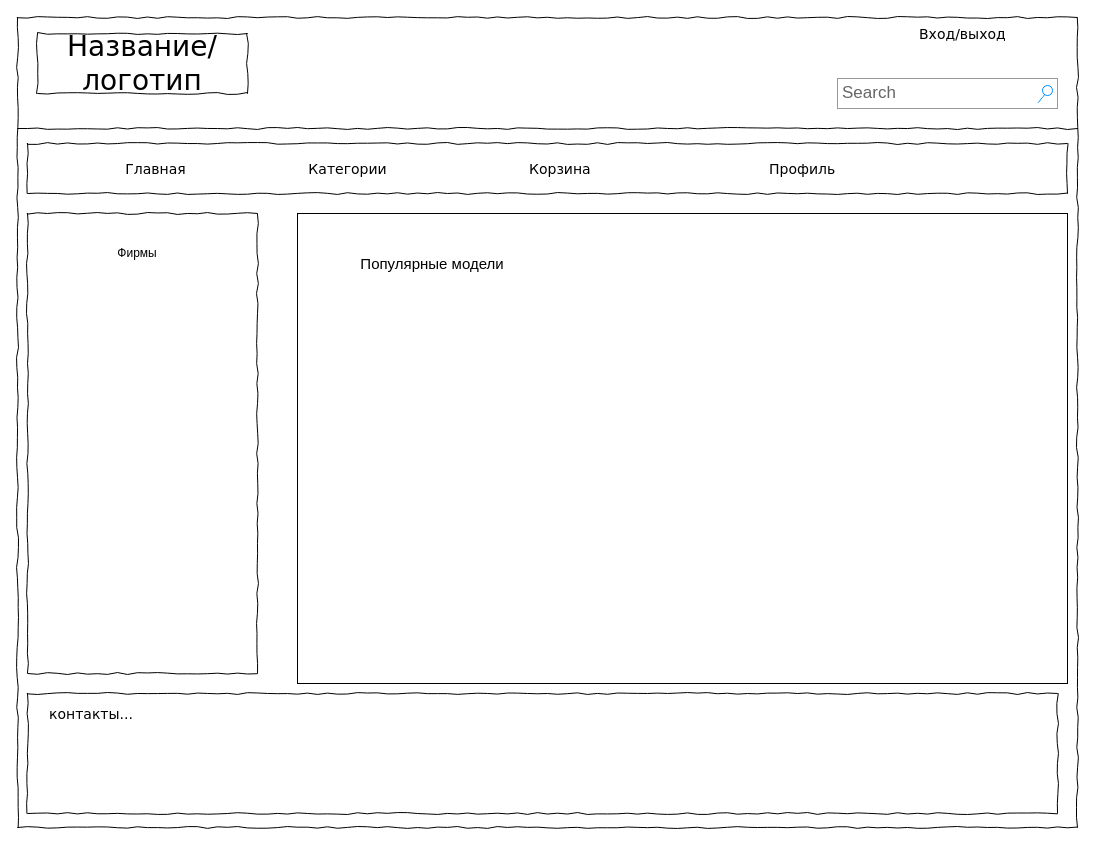
This is online_store.drawio from VZon9/online_store, a draw.io file, before an edit. Source tidied: cells renumbered, new cells numbered last; positions are measured from the earlier drawing's top-left corner, leaving out a move shared by most shapes. Both pictures are drawn from the tidied source at 100%, with x=0, y=0 at pixel (17, 17).
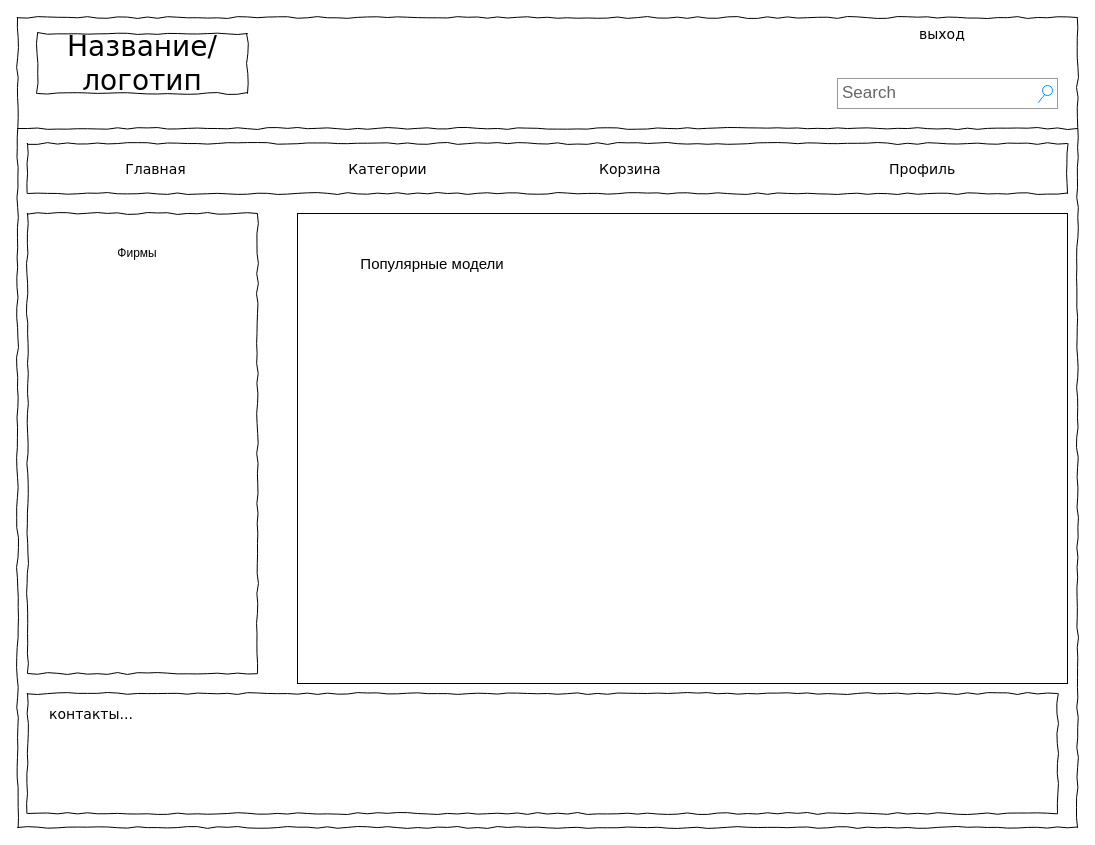
After the change.

What changed in the source:
```diff
@@
 <mxGraphModel background="#ffffff">
   <root>
     <mxCell id="0" />
     <mxCell id="1" parent="0" />
     <mxCell id="2" style="whiteSpace=wrap;html=1;rounded=0;shadow=0;labelBackgroundColor=none;strokeColor=#000000;strokeWidth=1;fillColor=none;fontFamily=Verdana;fontSize=12;fontColor=#000000;align=center;comic=1;" parent="1" vertex="1">
       <mxGeometry width="1060" height="810" as="geometry" />
     </mxCell>
     <mxCell id="3" value="Название/логотип" style="whiteSpace=wrap;html=1;rounded=0;shadow=0;labelBackgroundColor=none;strokeWidth=1;fontFamily=Verdana;fontSize=28;align=center;comic=1;" parent="1" vertex="1">
       <mxGeometry x="20" y="16" width="210" height="60" as="geometry" />
     </mxCell>
     <mxCell id="4" value="Search" style="strokeWidth=1;shadow=0;dashed=0;align=center;html=1;shape=mxgraph.mockup.forms.searchBox;strokeColor=#999999;mainText=;strokeColor2=#008cff;fontColor=#666666;fontSize=17;align=left;spacingLeft=3;rounded=0;labelBackgroundColor=none;comic=1;" parent="1" vertex="1">
       <mxGeometry x="820" y="61" width="220" height="30" as="geometry" />
     </mxCell>
-    <mxCell id="5" value="Вход/выход" style="text;html=1;align=left;verticalAlign=top;spacingTop=-4;fontSize=14;fontFamily=Verdana;" parent="1" vertex="1">
+    <mxCell id="5" value="выход" style="text;html=1;align=left;verticalAlign=top;spacingTop=-4;fontSize=14;fontFamily=Verdana;" parent="1" vertex="1">
       <mxGeometry x="900" y="6" width="140" height="20" as="geometry" />
     </mxCell>
     <mxCell id="6" style="whiteSpace=wrap;html=1;rounded=0;shadow=0;labelBackgroundColor=none;strokeWidth=1;fillColor=none;fontFamily=Verdana;fontSize=12;align=center;comic=1;" parent="1" vertex="1">
       <mxGeometry x="10" y="196" width="230" height="460" as="geometry" />
     </mxCell>
     <mxCell id="7" style="line;strokeWidth=1;html=1;rounded=0;shadow=0;labelBackgroundColor=none;fillColor=none;fontFamily=Verdana;fontSize=14;fontColor=#000000;align=center;comic=1;" parent="1" vertex="1">
       <mxGeometry y="106" width="1060" height="10" as="geometry" />
     </mxCell>
     <mxCell id="8" style="whiteSpace=wrap;html=1;rounded=0;shadow=0;labelBackgroundColor=none;strokeWidth=1;fillColor=none;fontFamily=Verdana;fontSize=12;align=center;comic=1;" parent="1" vertex="1">
       <mxGeometry x="10" y="126" width="1040" height="50" as="geometry" />
     </mxCell>
     <mxCell id="9" value="Главная" style="text;html=1;align=center;verticalAlign=top;spacingTop=-4;fontSize=14;fontFamily=Verdana;" parent="1" vertex="1">
       <mxGeometry x="75" y="141" width="125" height="20" as="geometry" />
     </mxCell>
     <mxCell id="10" value="Категории" style="text;html=1;align=center;verticalAlign=top;spacingTop=-4;fontSize=14;fontFamily=Verdana;" parent="1" vertex="1">
-      <mxGeometry x="250" y="141" width="160" height="20" as="geometry" />
+      <mxGeometry x="290" y="141" width="160" height="20" as="geometry" />
     </mxCell>
     <mxCell id="11" value="Корзина" style="text;html=1;align=left;verticalAlign=top;spacingTop=-4;fontSize=14;fontFamily=Verdana;" parent="1" vertex="1">
-      <mxGeometry x="510" y="141" width="63" height="20" as="geometry" />
+      <mxGeometry x="580" y="141" width="63" height="20" as="geometry" />
     </mxCell>
     <mxCell id="12" value="Профиль" style="text;html=1;align=left;verticalAlign=top;spacingTop=-4;fontSize=14;fontFamily=Verdana;" parent="1" vertex="1">
-      <mxGeometry x="750" y="141" width="60" height="20" as="geometry" />
+      <mxGeometry x="870" y="141" width="60" height="20" as="geometry" />
     </mxCell>
     <mxCell id="13" value="&lt;div style=&quot;text-align: justify&quot;&gt;&lt;br&gt;&lt;/div&gt;" style="whiteSpace=wrap;html=1;rounded=0;shadow=0;labelBackgroundColor=none;strokeWidth=1;fillColor=none;fontFamily=Verdana;fontSize=12;align=center;verticalAlign=top;spacing=10;comic=1;" parent="1" vertex="1">
       <mxGeometry x="10" y="676" width="1030" height="120" as="geometry" />
     </mxCell>
     <mxCell id="14" value="контакты..." style="text;html=1;align=left;verticalAlign=top;spacingTop=-4;fontSize=14;fontFamily=Verdana;" parent="1" vertex="1">
       <mxGeometry x="30" y="686" width="350" height="50" as="geometry" />
     </mxCell>
     <mxCell id="15" value="Фирмы" style="text;html=1;strokeColor=none;fillColor=none;align=center;verticalAlign=middle;whiteSpace=wrap;rounded=0;" parent="1" vertex="1">
       <mxGeometry x="20" y="216" width="200" height="40" as="geometry" />
     </mxCell>
     <mxCell id="16" style="rounded=0;whiteSpace=wrap;html=1;" parent="1" vertex="1">
       <mxGeometry x="280" y="196" width="770" height="470" as="geometry" />
     </mxCell>
     <mxCell id="17" value="&lt;font style=&quot;font-size: 15px;&quot;&gt;Популярные модели&lt;/font&gt;" style="text;html=1;strokeColor=none;fillColor=none;align=center;verticalAlign=middle;whiteSpace=wrap;rounded=0;" parent="1" vertex="1">
       <mxGeometry x="300" y="206" width="230" height="80" as="geometry" />
     </mxCell>
   </root>
 </mxGraphModel>
```
